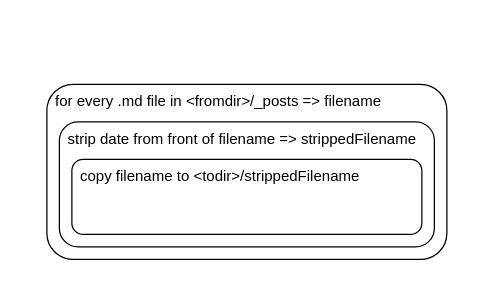
The draw.io diagram mvmd.drawio in guitarvydas/mvmd, before the edit. Source tidied: cells renumbered, new cells numbered last; positions are measured from the earlier drawing's top-left corner, leaving out a move shared by most shapes. Both pictures are drawn from the tidied source at 125%, with x=0, y=0 at pixel (46, 84).
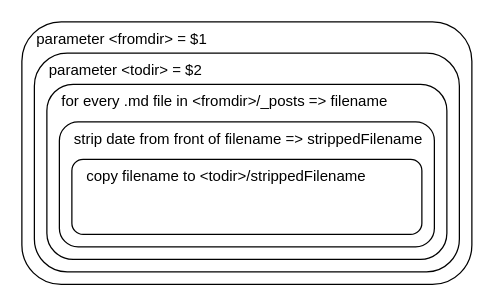
The same page after the edit.

Commit message (it also covers changes not shown here):
parameter synonyms

Diff of the diagram source:
```diff
@@
 <mxGraphModel>
   <root>
     <mxCell id="0" />
     <mxCell id="1" parent="0" />
+    <mxCell id="5" value="parameter &amp;lt;fromdir&amp;gt; = $1" style="rounded=1;whiteSpace=wrap;html=1;verticalAlign=top;align=left;spacingLeft=10;" parent="1" vertex="1">
+      <mxGeometry x="-20" y="-50" width="360" height="210" as="geometry" />
+    </mxCell>
+    <mxCell id="6" value="parameter &amp;lt;todir&amp;gt; = $2" style="rounded=1;whiteSpace=wrap;html=1;verticalAlign=top;align=left;spacingLeft=10;" parent="1" vertex="1">
+      <mxGeometry x="-10" y="-25" width="340" height="175" as="geometry" />
+    </mxCell>
-    <mxCell id="2" value="for every .md file in &amp;lt;fromdir&lt;i&gt;&amp;gt;&lt;/i&gt;/_posts =&amp;gt; filename" style="rounded=1;whiteSpace=wrap;html=1;verticalAlign=top;align=left;spacingLeft=5;" parent="1" vertex="1">
+    <mxCell id="2" value="for every .md file in &amp;lt;fromdir&lt;i&gt;&amp;gt;&lt;/i&gt;/_posts =&amp;gt; filename" style="rounded=1;whiteSpace=wrap;html=1;verticalAlign=top;align=left;spacingLeft=10;" parent="1" vertex="1">
       <mxGeometry width="320" height="140" as="geometry" />
     </mxCell>
-    <mxCell id="3" value="strip date from front of filename =&amp;gt; strippedFilename" style="rounded=1;whiteSpace=wrap;html=1;verticalAlign=top;align=left;spacingLeft=5;" parent="1" vertex="1">
+    <mxCell id="3" value="strip date from front of filename =&amp;gt; strippedFilename" style="rounded=1;whiteSpace=wrap;html=1;verticalAlign=top;align=left;spacingLeft=10;" parent="1" vertex="1">
       <mxGeometry x="10" y="30" width="300" height="100" as="geometry" />
     </mxCell>
-    <mxCell id="4" value="copy filename to &amp;lt;todir&amp;gt;/strippedFilename" style="rounded=1;whiteSpace=wrap;html=1;verticalAlign=top;align=left;spacingLeft=5;" parent="1" vertex="1">
+    <mxCell id="4" value="copy filename to &amp;lt;todir&amp;gt;/strippedFilename" style="rounded=1;whiteSpace=wrap;html=1;verticalAlign=top;align=left;spacingLeft=10;" parent="1" vertex="1">
       <mxGeometry x="20" y="60" width="280" height="60" as="geometry" />
     </mxCell>
   </root>
 </mxGraphModel>
```
